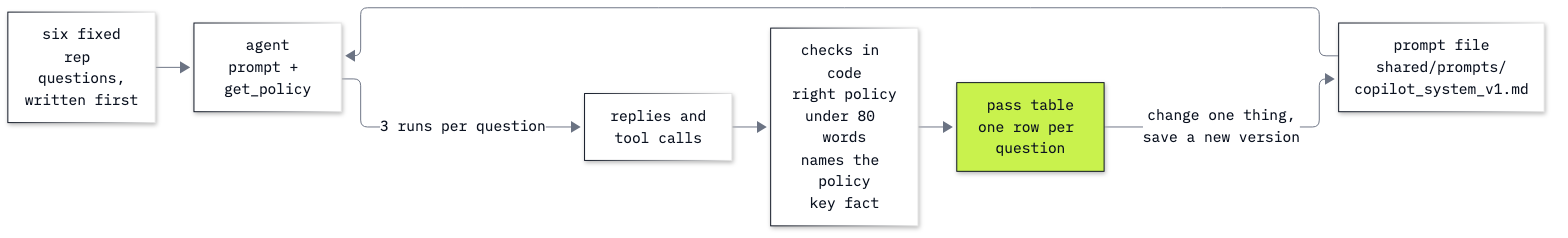
Above: 02_Dialogue_Prompt_Versions/resources/lab02_prompt_test_loop.png in skjagini/agentic_ai_conversational_agents (Mermaid), before the change. Its source is kept beside it as 02_Dialogue_Prompt_Versions/resources/lab02_prompt_test_loop.mmd. Its diagram source:
```mermaid
%%{init: {"theme": "base", "flowchart": {"nodeSpacing": 40, "rankSpacing": 45, "curve": "basis"}, "themeVariables": {"fontFamily": "IBM Plex Mono, monospace", "fontSize": "15px", "primaryColor": "#FFFFFF", "primaryBorderColor": "#0B1220", "primaryTextColor": "#0B1220", "lineColor": "#6B7383", "tertiaryColor": "#C9F24D"}}}%%
flowchart LR
    P["prompt file<br/>shared/prompts/<br/>copilot_system_v1.md"] --> A["agent<br/>prompt + get_policy"]
    Q["six fixed<br/>rep questions,<br/>written first"] --> A
    A -->|"3 runs per question"| R["replies and<br/>tool calls"]
    R --> C["checks in code<br/>right policy<br/>under 80 words<br/>names the policy<br/>key fact"]
    C --> T["pass table<br/>one row per question"]
    T -->|"change one thing,<br/>save a new version"| P
    classDef lime fill:#C9F24D,stroke:#0B1220,color:#0B1220
    class T lime
```
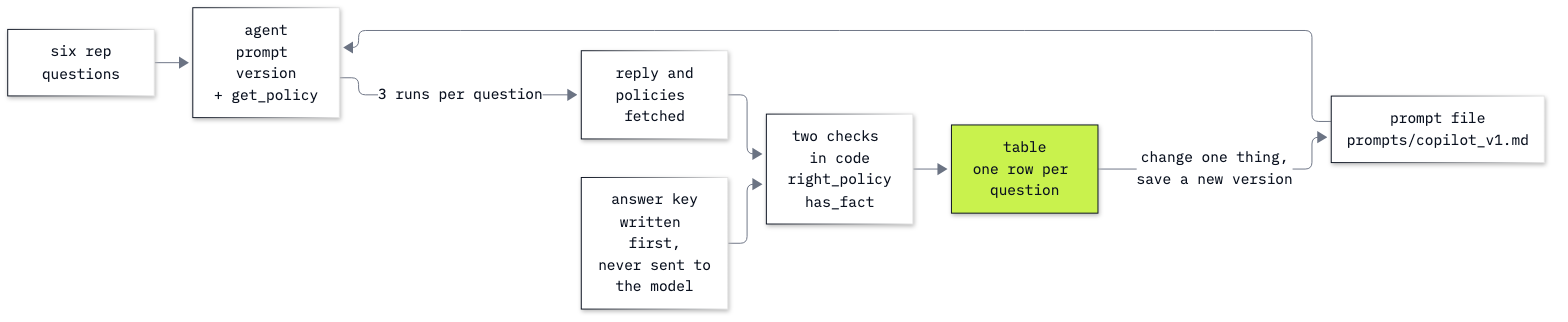
The same file after the commit.

Commit message:
added 02_Dialogue_Prompt_Versions lab

What changed in the source:
```diff
@@ -1,10 +1,11 @@
 %%{init: {"theme": "base", "flowchart": {"nodeSpacing": 40, "rankSpacing": 45, "curve": "basis"}, "themeVariables": {"fontFamily": "IBM Plex Mono, monospace", "fontSize": "15px", "primaryColor": "#FFFFFF", "primaryBorderColor": "#0B1220", "primaryTextColor": "#0B1220", "lineColor": "#6B7383", "tertiaryColor": "#C9F24D"}}}%%
 flowchart LR
-    P["prompt file<br/>shared/prompts/<br/>copilot_system_v1.md"] --> A["agent<br/>prompt + get_policy"]
-    Q["six fixed<br/>rep questions,<br/>written first"] --> A
-    A -->|"3 runs per question"| R["replies and<br/>tool calls"]
-    R --> C["checks in code<br/>right policy<br/>under 80 words<br/>names the policy<br/>key fact"]
-    C --> T["pass table<br/>one row per question"]
+    Q["six rep<br/>questions"] --> A["agent<br/>prompt version<br/>+ get_policy"]
+    P["prompt file<br/>prompts/copilot_v1.md"] --> A
+    A -->|"3 runs per question"| R["reply and<br/>policies fetched"]
+    R --> C["two checks in code<br/>right_policy<br/>has_fact"]
+    K["answer key<br/>written first,<br/>never sent to<br/>the model"] --> C
+    C --> T["table<br/>one row per question"]
     T -->|"change one thing,<br/>save a new version"| P
     classDef lime fill:#C9F24D,stroke:#0B1220,color:#0B1220
     class T lime
```
